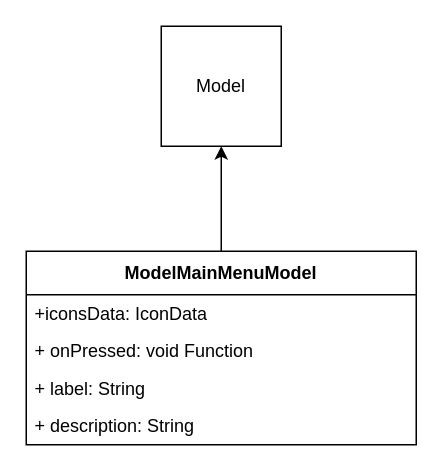
Before: page "UI" (4 of 12) of uml/uml_diagrams.drawio in grupo-jocaagura/jocaagura_domain, a draw.io diagram. Source tidied: cells renumbered, new cells numbered last; positions are measured from the earlier drawing's top-left corner, leaving out a move shared by most shapes. Both pictures are drawn from the tidied source at 150%, with x=0, y=0 at pixel (26, 26).
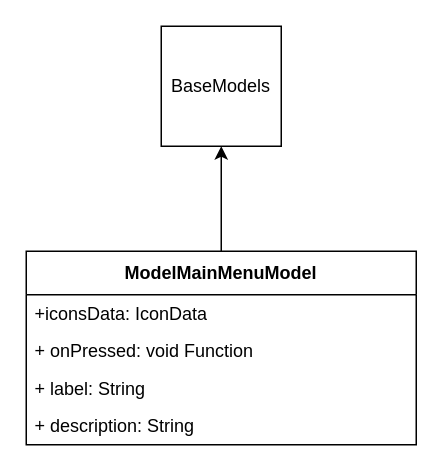
The same diagram, later.

What changed in the source:
```diff
@@
 <mxGraphModel>
   <root>
     <mxCell id="0" />
     <mxCell id="1" parent="0" />
     <mxCell id="2" style="edgeStyle=orthogonalEdgeStyle;rounded=0;jettySize=auto;html=1;" parent="1" edge="1" source="3" target="8">
       <mxGeometry relative="1" as="geometry" />
     </mxCell>
     <mxCell id="3" value="ModelMainMenuModel" style="swimlane;fontStyle=1;align=center;verticalAlign=middle;horizontal=1;startSize=29;html=1;whiteSpace=wrap;" parent="1" vertex="1">
       <mxGeometry y="150" width="260" height="129" as="geometry" />
     </mxCell>
     <mxCell id="4" value="+iconsData: IconData" style="text;html=1;strokeColor=none;fillColor=none;align=left;verticalAlign=middle;spacingLeft=4;spacingRight=4;overflow=hidden;whiteSpace=wrap;" parent="3" vertex="1">
       <mxGeometry y="29" width="260" height="25" as="geometry" />
     </mxCell>
     <mxCell id="5" value="+ onPressed: void Function" style="text;html=1;strokeColor=none;fillColor=none;align=left;verticalAlign=middle;spacingLeft=4;spacingRight=4;overflow=hidden;whiteSpace=wrap;" parent="3" vertex="1">
       <mxGeometry y="54" width="260" height="25" as="geometry" />
     </mxCell>
     <mxCell id="6" value="+ label: String" style="text;html=1;strokeColor=none;fillColor=none;align=left;verticalAlign=middle;spacingLeft=4;spacingRight=4;overflow=hidden;whiteSpace=wrap;" parent="3" vertex="1">
       <mxGeometry y="79" width="260" height="25" as="geometry" />
     </mxCell>
     <mxCell id="7" value="+ description: String" style="text;html=1;strokeColor=none;fillColor=none;align=left;verticalAlign=middle;spacingLeft=4;spacingRight=4;overflow=hidden;whiteSpace=wrap;" parent="3" vertex="1">
       <mxGeometry y="104" width="260" height="25" as="geometry" />
     </mxCell>
-    <mxCell id="8" value="Model" style="whiteSpace=wrap;html=1;" parent="1" vertex="1">
+    <mxCell id="8" value="BaseModels" style="whiteSpace=wrap;html=1;" parent="1" vertex="1">
       <mxGeometry x="90" width="80" height="80" as="geometry" />
     </mxCell>
   </root>
 </mxGraphModel>
```
